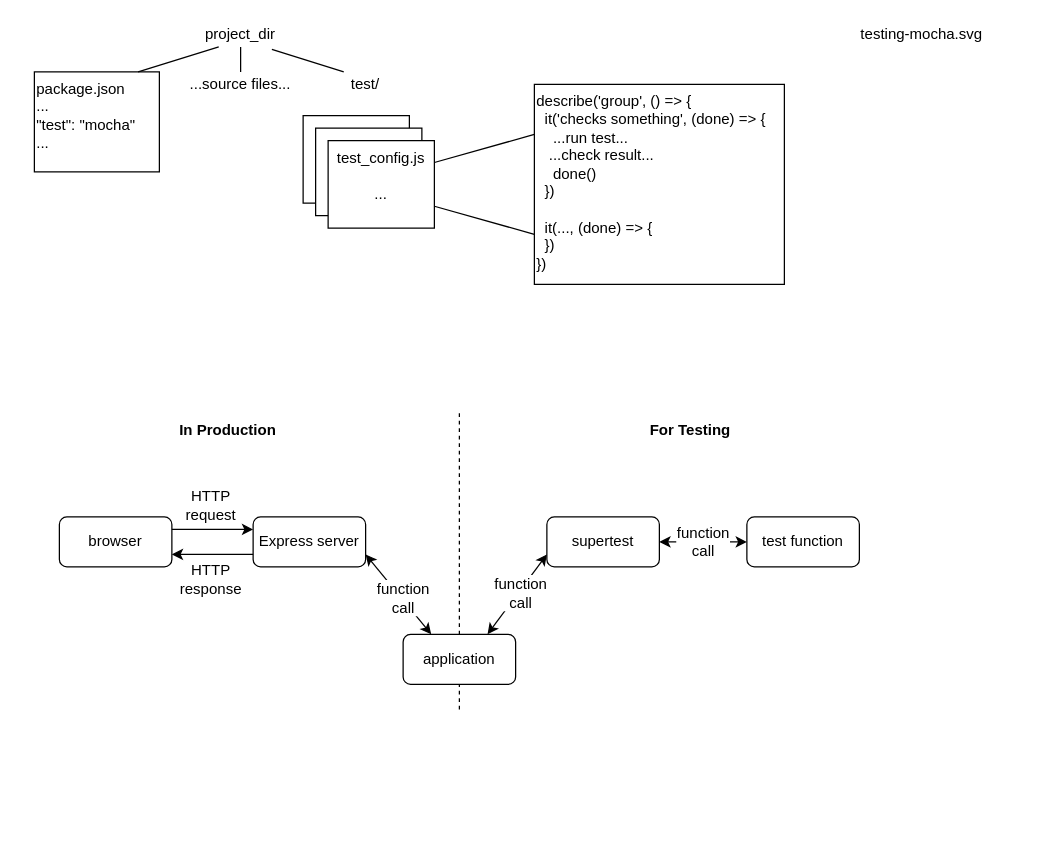
Above: drawio/testing.drawio in software-tools-books/js4ds (draw.io), before the change. Source tidied: cells renumbered, new cells numbered last; positions are measured from the earlier drawing's top-left corner, leaving out a move shared by most shapes. Both pictures are drawn from the tidied source at 125%, with x=0, y=0 at pixel (34, 21).
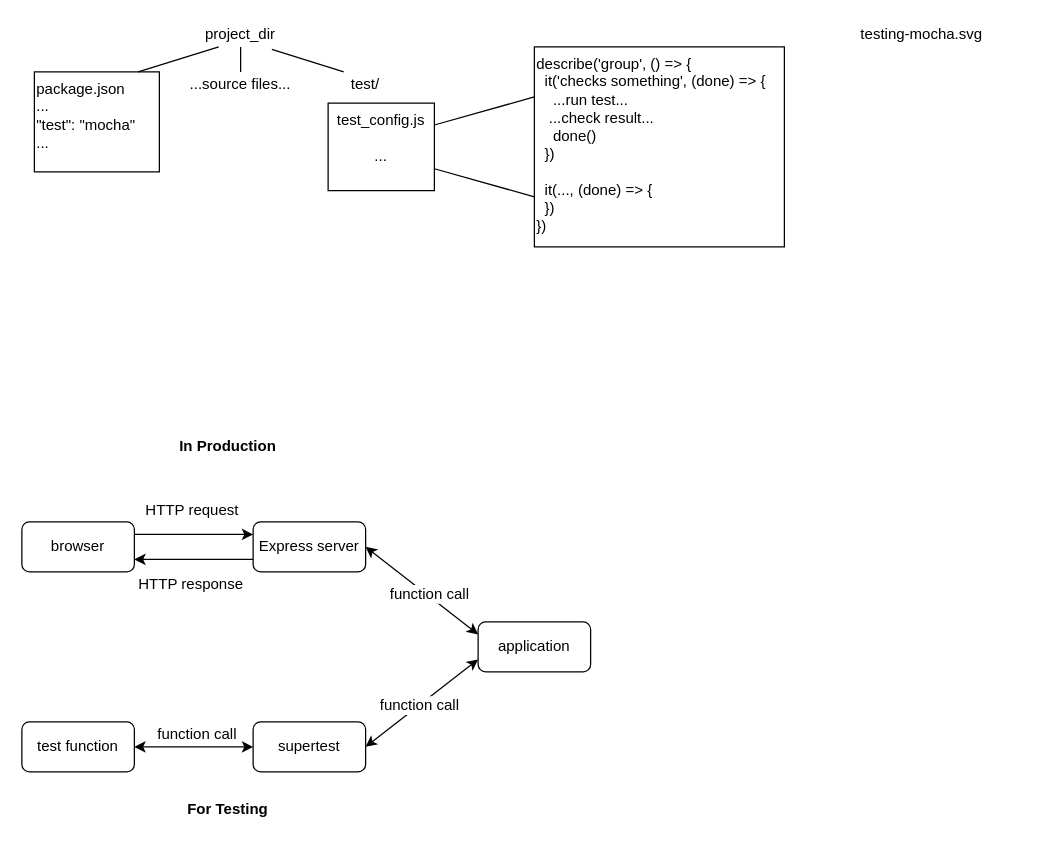
The same page after the edit.

Unchanged cells that the change refers to:
```xml
<mxCell id="17" style="endArrow=classic;html=1;entryX=0;entryY=0.25;entryDx=0;entryDy=0;exitX=1;exitY=0.25;exitDx=0;exitDy=0;" parent="1" edge="1" source="16" target="19">
  <mxGeometry relative="1" as="geometry" />
</mxCell>
```

Diff of the diagram source:
```diff
@@
-    <mxCell id="9" style="text;html=1;strokeColor=#000000;fillColor=#ffffff;align=center;verticalAlign=top;whiteSpace=wrap;rounded=0;" parent="1" vertex="1">
-      <mxGeometry x="215" y="75" width="85" height="70" as="geometry" />
-    </mxCell>
-    <mxCell id="10" style="text;html=1;strokeColor=#000000;fillColor=#ffffff;align=center;verticalAlign=top;whiteSpace=wrap;rounded=0;" parent="1" vertex="1">
-      <mxGeometry x="225" y="85" width="85" height="70" as="geometry" />
-    </mxCell>
     <mxCell id="11" value="&lt;div&gt;test_config.js&lt;/div&gt;&lt;div&gt;&lt;br&gt;&lt;/div&gt;&lt;div&gt;...&lt;br&gt;&lt;/div&gt;" style="text;html=1;strokeColor=#000000;fillColor=#ffffff;align=center;verticalAlign=top;whiteSpace=wrap;rounded=0;" parent="1" vertex="1">
-      <mxGeometry x="235" y="95" width="85" height="70" as="geometry" />
+      <mxGeometry x="235" y="65" width="85" height="70" as="geometry" />
     </mxCell>
     <mxCell id="12" value="&lt;div align=&quot;left&quot;&gt;describe('group', () =&amp;gt; {&lt;br&gt;&amp;nbsp; it('checks something', (done) =&amp;gt; {&lt;/div&gt;&lt;div align=&quot;left&quot;&gt;&amp;nbsp;&amp;nbsp;&amp;nbsp; ...run test...&lt;/div&gt;&lt;div align=&quot;left&quot;&gt;&amp;nbsp;&amp;nbsp; ...check result...&lt;br&gt;&lt;/div&gt;&lt;div align=&quot;left&quot;&gt;&amp;nbsp;&amp;nbsp;&amp;nbsp; done()&lt;br&gt;&amp;nbsp; })&lt;/div&gt;&lt;div align=&quot;left&quot;&gt;&lt;br&gt;&lt;/div&gt;&lt;div align=&quot;left&quot;&gt;&amp;nbsp; it(..., (done) =&amp;gt; {&lt;/div&gt;&lt;div align=&quot;left&quot;&gt;&amp;nbsp; })&lt;br&gt;&lt;/div&gt;&lt;div align=&quot;left&quot;&gt;})&lt;br&gt;&lt;/div&gt;" style="rounded=0;whiteSpace=wrap;html=1;strokeColor=#000000;fillColor=none;align=left;verticalAlign=top;" parent="1" vertex="1">
-      <mxGeometry x="400" y="50" width="200" height="160" as="geometry" />
+      <mxGeometry x="400" y="20" width="200" height="160" as="geometry" />
     </mxCell>
@@
     <mxCell id="16" value="browser" style="rounded=1;whiteSpace=wrap;html=1;fillColor=none;" parent="1" vertex="1">
-      <mxGeometry x="20" y="396" width="90" height="40" as="geometry" />
+      <mxGeometry x="-10" y="400" width="90" height="40" as="geometry" />
     </mxCell>
@@
-    <mxCell id="18" value="&lt;div&gt;HTTP&lt;/div&gt;&lt;div&gt;request&lt;br&gt;&lt;/div&gt;" style="text;html=1;align=center;verticalAlign=middle;labelBackgroundColor=#ffffff;" parent="17" vertex="1">
+    <mxCell id="18" value="&lt;div&gt;HTTP request&lt;/div&gt;" style="text;html=1;align=center;verticalAlign=middle;labelBackgroundColor=#ffffff;" parent="17" vertex="1">
       <mxGeometry x="0.01" relative="1" as="geometry">
         <mxPoint x="-3" y="-20" as="offset" />
       </mxGeometry>
     </mxCell>
     <mxCell id="19" value="Express server" style="rounded=1;whiteSpace=wrap;html=1;fillColor=none;" parent="1" vertex="1">
-      <mxGeometry x="175" y="396" width="90" height="40" as="geometry" />
+      <mxGeometry x="175" y="400" width="90" height="40" as="geometry" />
     </mxCell>
     <mxCell id="20" value="supertest" style="rounded=1;whiteSpace=wrap;html=1;fillColor=none;" parent="1" vertex="1">
-      <mxGeometry x="410" y="396" width="90" height="40" as="geometry" />
+      <mxGeometry x="175" y="560" width="90" height="40" as="geometry" />
     </mxCell>
     <mxCell id="21" value="test function" style="rounded=1;whiteSpace=wrap;html=1;fillColor=none;" parent="1" vertex="1">
-      <mxGeometry x="570" y="396" width="90" height="40" as="geometry" />
+      <mxGeometry x="-10" y="560" width="90" height="40" as="geometry" />
     </mxCell>
-    <mxCell id="22" value="&lt;div style=&quot;font-size: 12px&quot;&gt;&lt;font style=&quot;font-size: 12px&quot;&gt;HTTP&lt;/font&gt;&lt;/div&gt;&lt;div style=&quot;font-size: 12px&quot;&gt;&lt;font style=&quot;font-size: 12px&quot;&gt;response&lt;br&gt;&lt;/font&gt;&lt;/div&gt;" style="endArrow=classic;html=1;exitX=0;exitY=0.75;exitDx=0;exitDy=0;entryX=1;entryY=0.75;entryDx=0;entryDy=0;" parent="1" edge="1" source="19" target="16">
+    <mxCell id="22" value="&lt;div style=&quot;font-size: 12px&quot;&gt;HTTP response&lt;/div&gt;" style="endArrow=classic;html=1;exitX=0;exitY=0.75;exitDx=0;exitDy=0;entryX=1;entryY=0.75;entryDx=0;entryDy=0;" parent="1" edge="1" source="19" target="16">
       <mxGeometry x="0.06" y="20" relative="1" as="geometry" />
     </mxCell>
-    <mxCell id="23" style="endArrow=classic;startArrow=classic;html=1;entryX=0.25;entryY=0;entryDx=0;entryDy=0;exitX=1;exitY=0.75;exitDx=0;exitDy=0;" parent="1" edge="1" source="19" target="29">
+    <mxCell id="23" style="endArrow=classic;startArrow=classic;html=1;entryX=0;entryY=0.25;entryDx=0;entryDy=0;exitX=1;exitY=0.5;exitDx=0;exitDy=0;" parent="1" edge="1" source="19" target="29">
       <mxGeometry relative="1" as="geometry" />
     </mxCell>
-    <mxCell id="24" value="&lt;div&gt;function&lt;/div&gt;&lt;div&gt;call&lt;br&gt;&lt;/div&gt;" style="text;html=1;align=center;verticalAlign=middle;labelBackgroundColor=#ffffff;" parent="23" vertex="1">
+    <mxCell id="24" value="function call" style="text;html=1;align=center;verticalAlign=middle;labelBackgroundColor=#ffffff;" parent="23" vertex="1">
       <mxGeometry x="0.13" y="-2" relative="1" as="geometry">
         <mxPoint x="1.5" y="-3.5" as="offset" />
       </mxGeometry>
     </mxCell>
-    <mxCell id="25" style="endArrow=classic;startArrow=classic;html=1;entryX=0.75;entryY=0;entryDx=0;entryDy=0;exitX=0;exitY=0.75;exitDx=0;exitDy=0;" parent="1" edge="1" source="20" target="29">
+    <mxCell id="25" style="endArrow=classic;startArrow=classic;html=1;entryX=0;entryY=0.75;entryDx=0;entryDy=0;exitX=1;exitY=0.5;exitDx=0;exitDy=0;" parent="1" edge="1" source="20" target="29">
       <mxGeometry relative="1" as="geometry" />
     </mxCell>
-    <mxCell id="26" value="&lt;div&gt;function&lt;/div&gt;&lt;div&gt;call&lt;br&gt;&lt;/div&gt;" style="text;html=1;align=center;verticalAlign=middle;labelBackgroundColor=#ffffff;" parent="25" vertex="1">
+    <mxCell id="26" value="&lt;div&gt;function call&lt;/div&gt;" style="text;html=1;align=center;verticalAlign=middle;labelBackgroundColor=#ffffff;" parent="25" vertex="1">
       <mxGeometry x="-0.06" y="1" relative="1" as="geometry" />
     </mxCell>
-    <mxCell id="27" value="&lt;div style=&quot;font-size: 12px&quot;&gt;&lt;font style=&quot;font-size: 12px&quot;&gt;function&lt;/font&gt;&lt;/div&gt;&lt;div style=&quot;font-size: 12px&quot;&gt;&lt;font style=&quot;font-size: 12px&quot;&gt;call&lt;br&gt;&lt;/font&gt;&lt;/div&gt;" style="endArrow=classic;startArrow=classic;html=1;entryX=0;entryY=0.5;entryDx=0;entryDy=0;exitX=1;exitY=0.5;exitDx=0;exitDy=0;" parent="1" edge="1" source="20" target="21">
-      <mxGeometry relative="1" as="geometry" />
+    <mxCell id="27" value="&lt;div style=&quot;font-size: 12px&quot;&gt;function call&lt;/div&gt;" style="endArrow=classic;startArrow=classic;html=1;entryX=1;entryY=0.5;entryDx=0;entryDy=0;exitX=0;exitY=0.5;exitDx=0;exitDy=0;" parent="1" edge="1" source="20" target="21">
+      <mxGeometry x="-0.05" y="-10" relative="1" as="geometry" />
     </mxCell>
-    <mxCell id="28" style="endArrow=none;dashed=1;html=1;" parent="1" edge="1">
-      <mxGeometry relative="1" as="geometry">
-        <mxPoint x="340" y="550" as="sourcePoint" />
-        <mxPoint x="340" y="310" as="targetPoint" />
-      </mxGeometry>
-    </mxCell>
     <mxCell id="29" value="application" style="rounded=1;whiteSpace=wrap;html=1;" parent="1" vertex="1">
-      <mxGeometry x="295" y="490" width="90" height="40" as="geometry" />
+      <mxGeometry x="355" y="480" width="90" height="40" as="geometry" />
     </mxCell>
     <mxCell id="30" value="&lt;b&gt;In Production&lt;/b&gt;" style="text;html=1;strokeColor=none;fillColor=none;align=center;verticalAlign=middle;whiteSpace=wrap;rounded=0;" parent="1" vertex="1">
-      <mxGeometry x="110" y="317" width="90" height="20" as="geometry" />
+      <mxGeometry x="110" y="330" width="90" height="20" as="geometry" />
     </mxCell>
     <mxCell id="31" value="&lt;b&gt;For Testing&lt;br&gt;&lt;/b&gt;" style="text;html=1;strokeColor=none;fillColor=none;align=center;verticalAlign=middle;whiteSpace=wrap;rounded=0;" parent="1" vertex="1">
-      <mxGeometry x="480" y="317" width="90" height="20" as="geometry" />
+      <mxGeometry x="110" y="620" width="90" height="20" as="geometry" />
     </mxCell>
```
